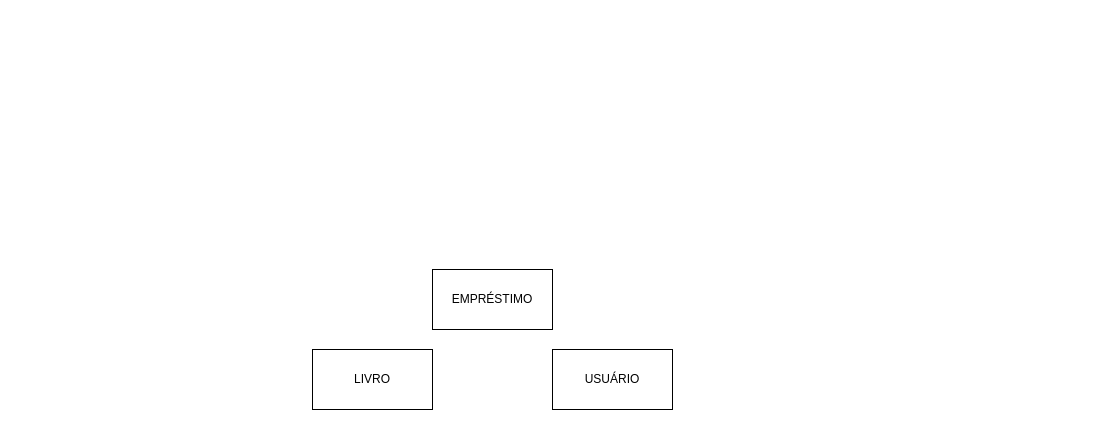
Earlier version of the draw.io diagram page "Formas e suas funções" (1 of 54) of DRAW.IO/Atividade (relembrar).drawio (Henrique-nte/SENAI_ISSUES). Source tidied: cells renumbered, new cells numbered last; positions are measured from the earlier drawing's top-left corner, leaving out a move shared by most shapes. Both pictures are drawn from the tidied source at 100%, with x=0, y=0 at pixel (312, 269).
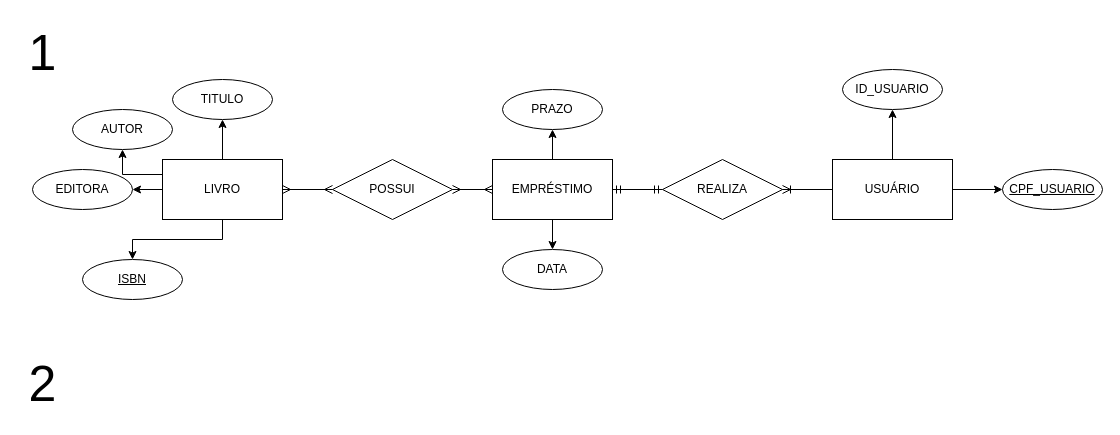
The same diagram, later.

Diff of the diagram source:
```diff
@@
+    <mxCell id="5" style="edgeStyle=orthogonalEdgeStyle;rounded=0;jettySize=auto;html=1;" parent="1" edge="1" source="2" target="13">
+      <mxGeometry relative="1" as="geometry" />
+    </mxCell>
+    <mxCell id="6" style="edgeStyle=orthogonalEdgeStyle;rounded=0;jettySize=auto;html=1;" parent="1" edge="1" source="2" target="16">
+      <mxGeometry relative="1" as="geometry" />
+    </mxCell>
+    <mxCell id="7" style="edgeStyle=orthogonalEdgeStyle;rounded=0;jettySize=auto;html=1;" parent="1" edge="1" source="2" target="15">
+      <mxGeometry relative="1" as="geometry" />
+    </mxCell>
+    <mxCell id="8" style="edgeStyle=orthogonalEdgeStyle;rounded=0;jettySize=auto;html=1;exitX=0;exitY=0.25;exitDx=0;exitDy=0;entryX=0.5;entryY=1;entryDx=0;entryDy=0;" parent="1" edge="1" source="2" target="14">
+      <mxGeometry relative="1" as="geometry" />
+    </mxCell>
     <mxCell id="2" value="LIVRO" style="rounded=0;whiteSpace=wrap;html=1;" parent="1" vertex="1">
-      <mxGeometry y="80" width="120" height="60" as="geometry" />
+      <mxGeometry x="-150" y="-110" width="120" height="60" as="geometry" />
     </mxCell>
+    <mxCell id="9" style="edgeStyle=orthogonalEdgeStyle;rounded=0;jettySize=auto;html=1;" parent="1" edge="1" source="3" target="19">
+      <mxGeometry relative="1" as="geometry" />
+    </mxCell>
+    <mxCell id="10" style="edgeStyle=orthogonalEdgeStyle;rounded=0;jettySize=auto;html=1;" parent="1" edge="1" source="3" target="20">
+      <mxGeometry relative="1" as="geometry" />
+    </mxCell>
     <mxCell id="3" value="USUÁRIO" style="rounded=0;whiteSpace=wrap;html=1;" parent="1" vertex="1">
-      <mxGeometry x="240" y="80" width="120" height="60" as="geometry" />
+      <mxGeometry x="520" y="-110" width="120" height="60" as="geometry" />
     </mxCell>
+    <mxCell id="11" style="edgeStyle=orthogonalEdgeStyle;rounded=0;jettySize=auto;html=1;" parent="1" edge="1" source="4" target="18">
+      <mxGeometry relative="1" as="geometry" />
+    </mxCell>
+    <mxCell id="12" style="edgeStyle=orthogonalEdgeStyle;rounded=0;jettySize=auto;html=1;" parent="1" edge="1" source="4" target="17">
+      <mxGeometry relative="1" as="geometry" />
+    </mxCell>
     <mxCell id="4" value="EMPRÉSTIMO" style="rounded=0;whiteSpace=wrap;html=1;" parent="1" vertex="1">
-      <mxGeometry x="120" width="120" height="60" as="geometry" />
+      <mxGeometry x="180" y="-110" width="120" height="60" as="geometry" />
     </mxCell>
+    <mxCell id="13" value="ISBN" style="ellipse;whiteSpace=wrap;html=1;align=center;fontStyle=4;" parent="1" vertex="1">
+      <mxGeometry x="-230" y="-10" width="100" height="40" as="geometry" />
+    </mxCell>
+    <mxCell id="14" value="AUTOR" style="ellipse;whiteSpace=wrap;html=1;align=center;" parent="1" vertex="1">
+      <mxGeometry x="-240" y="-160" width="100" height="40" as="geometry" />
+    </mxCell>
+    <mxCell id="15" value="TITULO" style="ellipse;whiteSpace=wrap;html=1;align=center;" parent="1" vertex="1">
+      <mxGeometry x="-140" y="-190" width="100" height="40" as="geometry" />
+    </mxCell>
+    <mxCell id="16" value="EDITORA" style="ellipse;whiteSpace=wrap;html=1;align=center;" parent="1" vertex="1">
+      <mxGeometry x="-280" y="-100" width="100" height="40" as="geometry" />
+    </mxCell>
+    <mxCell id="17" value="PRAZO" style="ellipse;whiteSpace=wrap;html=1;align=center;" parent="1" vertex="1">
+      <mxGeometry x="190" y="-180" width="100" height="40" as="geometry" />
+    </mxCell>
+    <mxCell id="18" value="DATA" style="ellipse;whiteSpace=wrap;html=1;align=center;" parent="1" vertex="1">
+      <mxGeometry x="190" y="-20" width="100" height="40" as="geometry" />
+    </mxCell>
+    <mxCell id="19" value="ID_USUARIO" style="ellipse;whiteSpace=wrap;html=1;align=center;" parent="1" vertex="1">
+      <mxGeometry x="530" y="-200" width="100" height="40" as="geometry" />
+    </mxCell>
+    <mxCell id="20" value="CPF_USUARIO" style="ellipse;whiteSpace=wrap;html=1;align=center;fontStyle=4;" parent="1" vertex="1">
+      <mxGeometry x="690" y="-100" width="100" height="40" as="geometry" />
+    </mxCell>
+    <mxCell id="21" value="POSSUI" style="shape=rhombus;perimeter=rhombusPerimeter;whiteSpace=wrap;html=1;align=center;" parent="1" vertex="1">
+      <mxGeometry x="20" y="-110" width="120" height="60" as="geometry" />
+    </mxCell>
+    <mxCell id="22" value="REALIZA" style="shape=rhombus;perimeter=rhombusPerimeter;whiteSpace=wrap;html=1;align=center;" parent="1" vertex="1">
+      <mxGeometry x="350" y="-110" width="120" height="60" as="geometry" />
+    </mxCell>
+    <mxCell id="23" style="edgeStyle=entityRelationEdgeStyle;fontSize=12;html=1;endArrow=ERoneToMany;rounded=0;exitX=0;exitY=0.5;exitDx=0;exitDy=0;entryX=1;entryY=0.5;entryDx=0;entryDy=0;" parent="1" edge="1" source="3" target="22">
+      <mxGeometry relative="1" as="geometry" />
+    </mxCell>
+    <mxCell id="24" style="edgeStyle=entityRelationEdgeStyle;fontSize=12;html=1;endArrow=ERmandOne;startArrow=ERmandOne;rounded=0;exitX=1;exitY=0.5;exitDx=0;exitDy=0;entryX=0;entryY=0.5;entryDx=0;entryDy=0;" parent="1" edge="1" source="4" target="22">
+      <mxGeometry relative="1" as="geometry" />
+    </mxCell>
+    <mxCell id="25" style="edgeStyle=entityRelationEdgeStyle;fontSize=12;html=1;endArrow=ERmany;startArrow=ERmany;rounded=0;entryX=0;entryY=0.5;entryDx=0;entryDy=0;exitX=1;exitY=0.5;exitDx=0;exitDy=0;" parent="1" edge="1" source="21" target="4">
+      <mxGeometry relative="1" as="geometry" />
+    </mxCell>
+    <mxCell id="26" style="edgeStyle=entityRelationEdgeStyle;fontSize=12;html=1;endArrow=ERmany;startArrow=ERmany;rounded=0;entryX=0;entryY=0.5;entryDx=0;entryDy=0;exitX=1;exitY=0.5;exitDx=0;exitDy=0;" parent="1" edge="1" source="2" target="21">
+      <mxGeometry relative="1" as="geometry" />
+    </mxCell>
+    <mxCell id="27" value="&lt;font style=&quot;font-size: 50px;&quot;&gt;1&lt;/font&gt;" style="text;html=1;align=center;verticalAlign=middle;strokeColor=none;fillColor=none;" parent="1" vertex="1">
+      <mxGeometry x="-295" y="-252" width="50" height="70" as="geometry" />
+    </mxCell>
+    <mxCell id="28" value="&lt;font style=&quot;font-size: 50px;&quot;&gt;2&lt;/font&gt; " style="text;html=1;align=center;verticalAlign=middle;strokeColor=none;fillColor=none;" parent="1" vertex="1">
+      <mxGeometry x="-295" y="79" width="50" height="70" as="geometry" />
+    </mxCell>
```
